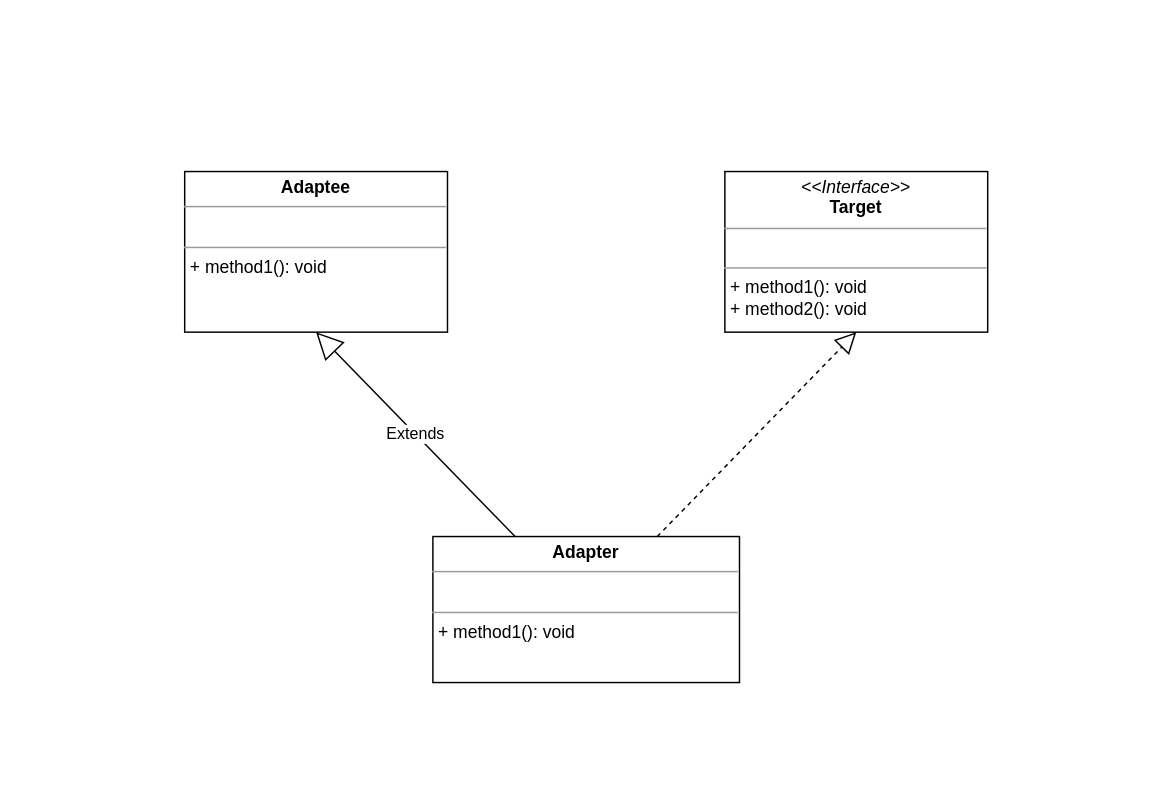
The draw.io diagram page "类的适配器模式" (1 of 2) of drawio/设计模式/适配器模式.drawio in hezhuma/image-repo, before the edit. Source tidied: cells renumbered, new cells numbered last; positions are measured from the earlier drawing's top-left corner, leaving out a move shared by most shapes. Both pictures are drawn from the tidied source at 146%, with x=0, y=0 at pixel (184, 171).
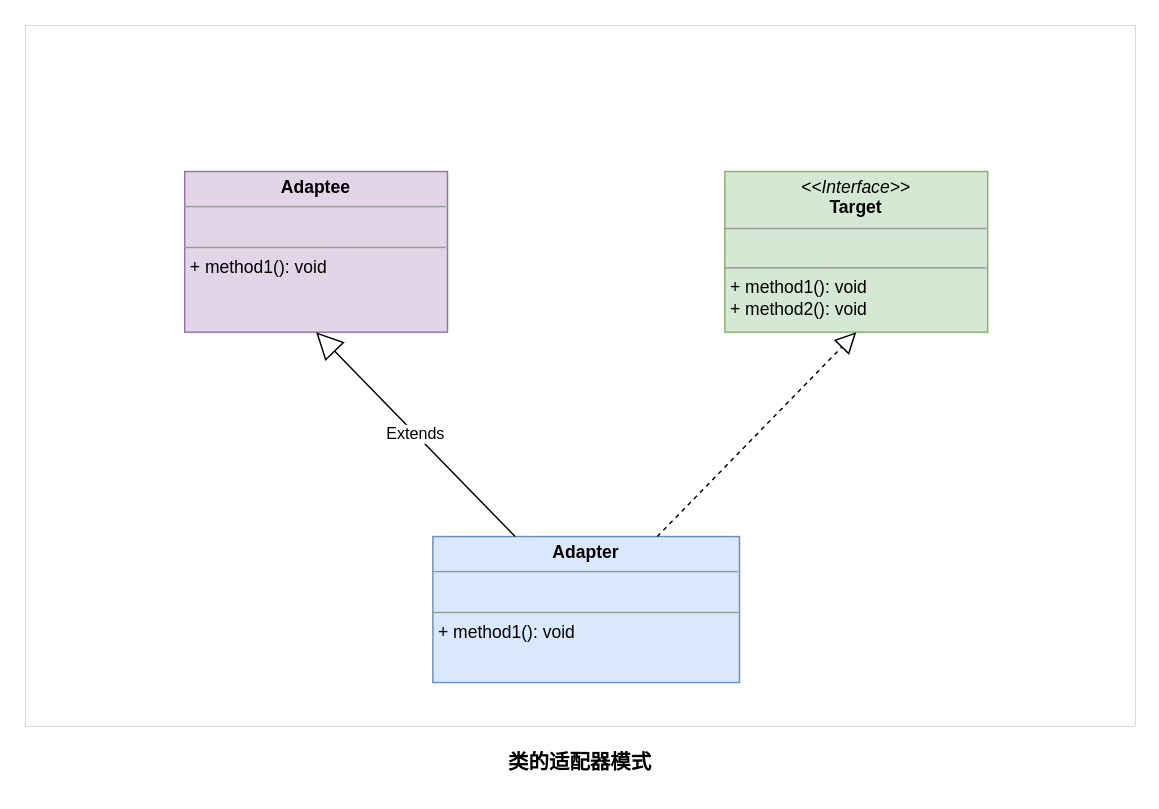
The same diagram, later.

Commit message (it also covers changes not shown here):
Update 适配器模式.drawio

The edit, as a diff of the source:
```diff
@@
 <mxGraphModel>
   <root>
     <mxCell id="0" />
     <mxCell id="1" parent="0" />
+    <mxCell id="7" style="rounded=0;whiteSpace=wrap;html=1;strokeWidth=0;" parent="1" vertex="1">
+      <mxGeometry x="-109" y="-100" width="760" height="480" as="geometry" />
+    </mxCell>
-    <mxCell id="2" value="&lt;p style=&quot;margin: 0px ; margin-top: 4px ; text-align: center&quot;&gt;&lt;i&gt;&amp;lt;&amp;lt;Interface&amp;gt;&amp;gt;&lt;/i&gt;&lt;br&gt;&lt;b&gt;Target&lt;/b&gt;&lt;/p&gt;&lt;hr size=&quot;1&quot;&gt;&lt;p style=&quot;margin: 0px ; margin-left: 4px&quot;&gt;&lt;br&gt;&lt;/p&gt;&lt;hr size=&quot;1&quot;&gt;&lt;p style=&quot;margin: 0px ; margin-left: 4px&quot;&gt;+ method1(): void&lt;br&gt;+ method2(): void&lt;/p&gt;" style="verticalAlign=top;align=left;overflow=fill;fontSize=12;fontFamily=Helvetica;html=1;" parent="1" vertex="1">
+    <mxCell id="2" value="&lt;p style=&quot;margin: 0px ; margin-top: 4px ; text-align: center&quot;&gt;&lt;i&gt;&amp;lt;&amp;lt;Interface&amp;gt;&amp;gt;&lt;/i&gt;&lt;br&gt;&lt;b&gt;Target&lt;/b&gt;&lt;/p&gt;&lt;hr size=&quot;1&quot;&gt;&lt;p style=&quot;margin: 0px ; margin-left: 4px&quot;&gt;&lt;br&gt;&lt;/p&gt;&lt;hr size=&quot;1&quot;&gt;&lt;p style=&quot;margin: 0px ; margin-left: 4px&quot;&gt;+ method1(): void&lt;br&gt;+ method2(): void&lt;/p&gt;" style="verticalAlign=top;align=left;overflow=fill;fontSize=12;fontFamily=Helvetica;html=1;fillColor=#d5e8d4;strokeColor=#82b366;" parent="1" vertex="1">
       <mxGeometry x="370" width="180" height="110" as="geometry" />
     </mxCell>
-    <mxCell id="3" value="&lt;p style=&quot;margin: 0px ; margin-top: 4px ; text-align: center&quot;&gt;&lt;b&gt;Adaptee&lt;/b&gt;&lt;/p&gt;&lt;hr size=&quot;1&quot;&gt;&lt;p style=&quot;margin: 0px ; margin-left: 4px&quot;&gt;&lt;br&gt;&lt;/p&gt;&lt;hr size=&quot;1&quot;&gt;&lt;p style=&quot;margin: 0px ; margin-left: 4px&quot;&gt;+ method1(): void&lt;/p&gt;" style="verticalAlign=top;align=left;overflow=fill;fontSize=12;fontFamily=Helvetica;html=1;" parent="1" vertex="1">
+    <mxCell id="3" value="&lt;p style=&quot;margin: 0px ; margin-top: 4px ; text-align: center&quot;&gt;&lt;b&gt;Adaptee&lt;/b&gt;&lt;/p&gt;&lt;hr size=&quot;1&quot;&gt;&lt;p style=&quot;margin: 0px ; margin-left: 4px&quot;&gt;&lt;br&gt;&lt;/p&gt;&lt;hr size=&quot;1&quot;&gt;&lt;p style=&quot;margin: 0px ; margin-left: 4px&quot;&gt;+ method1(): void&lt;/p&gt;" style="verticalAlign=top;align=left;overflow=fill;fontSize=12;fontFamily=Helvetica;html=1;fillColor=#e1d5e7;strokeColor=#9673a6;" parent="1" vertex="1">
       <mxGeometry width="180" height="110" as="geometry" />
     </mxCell>
-    <mxCell id="4" value="&lt;p style=&quot;margin: 0px ; margin-top: 4px ; text-align: center&quot;&gt;&lt;b&gt;Adapter&lt;/b&gt;&lt;/p&gt;&lt;hr size=&quot;1&quot;&gt;&lt;p style=&quot;margin: 0px ; margin-left: 4px&quot;&gt;&lt;br&gt;&lt;/p&gt;&lt;hr size=&quot;1&quot;&gt;&lt;p style=&quot;margin: 0px ; margin-left: 4px&quot;&gt;+ method1(): void&lt;/p&gt;" style="verticalAlign=top;align=left;overflow=fill;fontSize=12;fontFamily=Helvetica;html=1;" parent="1" vertex="1">
+    <mxCell id="4" value="&lt;p style=&quot;margin: 0px ; margin-top: 4px ; text-align: center&quot;&gt;&lt;b&gt;Adapter&lt;/b&gt;&lt;/p&gt;&lt;hr size=&quot;1&quot;&gt;&lt;p style=&quot;margin: 0px ; margin-left: 4px&quot;&gt;&lt;br&gt;&lt;/p&gt;&lt;hr size=&quot;1&quot;&gt;&lt;p style=&quot;margin: 0px ; margin-left: 4px&quot;&gt;+ method1(): void&lt;/p&gt;" style="verticalAlign=top;align=left;overflow=fill;fontSize=12;fontFamily=Helvetica;html=1;fillColor=#dae8fc;strokeColor=#6c8ebf;" parent="1" vertex="1">
       <mxGeometry x="170" y="250" width="210" height="100" as="geometry" />
     </mxCell>
     <mxCell id="5" style="endArrow=block;dashed=1;endFill=0;endSize=12;html=1;rounded=0;entryX=0.5;entryY=1;entryDx=0;entryDy=0;" parent="1" edge="1" source="4" target="2">
       <mxGeometry relative="1" as="geometry" />
     </mxCell>
     <mxCell id="6" value="Extends" style="endArrow=block;endSize=16;endFill=0;html=1;rounded=0;entryX=0.5;entryY=1;entryDx=0;entryDy=0;" parent="1" edge="1" source="4" target="3">
       <mxGeometry relative="1" as="geometry" />
     </mxCell>
+    <mxCell id="8" value="&lt;b&gt;&lt;font style=&quot;font-size: 14px&quot;&gt;类的适配器模式&lt;/font&gt;&lt;/b&gt;" style="text;html=1;strokeColor=none;fillColor=none;align=center;verticalAlign=middle;whiteSpace=wrap;rounded=0;" parent="1" vertex="1">
+      <mxGeometry x="208" y="390" width="126" height="30" as="geometry" />
+    </mxCell>
   </root>
 </mxGraphModel>
```
